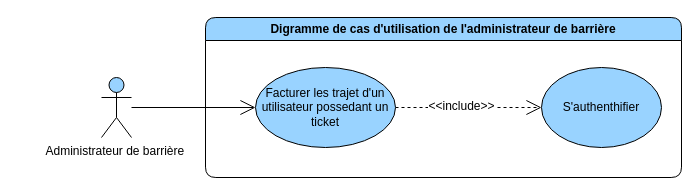
This is page "general" (1 of 2) of diagrams/use-case/administrateur-de-barriere.drawio from devlotfi/peage-pay, a draw.io file, before an edit. Source tidied: cells renumbered, new cells numbered last; positions are measured from the earlier drawing's top-left corner, leaving out a move shared by most shapes. Both pictures are drawn from the tidied source at 100%, with x=0, y=0 at pixel (101, 17).
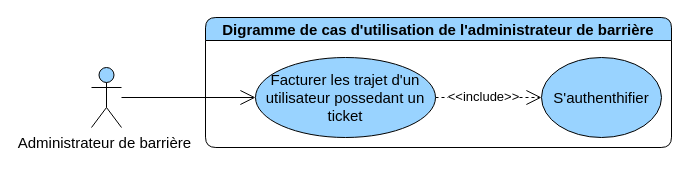
The same page after the edit.

Change to the diagram source:
```diff
@@
 <mxGraphModel>
   <root>
     <mxCell id="0" />
     <mxCell id="1" parent="0" />
-    <mxCell id="2" value="Digramme de cas d'utilisation de l'administrateur de&amp;nbsp;barrière" style="swimlane;whiteSpace=wrap;html=1;rounded=1;fillColor=#99D3FF;" parent="1" vertex="1">
-      <mxGeometry x="104" width="476" height="160" as="geometry" />
+    <mxCell id="2" value="Digramme de cas d'utilisation de l'administrateur de&amp;nbsp;barrière" style="swimlane;whiteSpace=wrap;html=1;rounded=1;fillColor=#99D3FF;fontSize=15;" parent="1" vertex="1">
+      <mxGeometry x="104" width="466" height="130" as="geometry" />
     </mxCell>
-    <mxCell id="3" style="edgeStyle=none;rounded=0;jettySize=auto;html=1;strokeColor=default;align=center;verticalAlign=middle;fontFamily=Helvetica;fontSize=12;fontColor=default;labelBackgroundColor=default;startSize=6;endArrow=open;endFill=0;endSize=13;dashed=1;" parent="2" edge="1" source="5" target="6">
+    <mxCell id="3" style="edgeStyle=none;rounded=0;jettySize=auto;html=1;strokeColor=default;align=center;verticalAlign=middle;fontFamily=Helvetica;fontSize=15;fontColor=default;labelBackgroundColor=default;startSize=6;endArrow=open;endFill=0;endSize=13;dashed=1;" parent="2" edge="1" source="5" target="6">
       <mxGeometry relative="1" as="geometry" />
     </mxCell>
-    <mxCell id="4" value="&amp;lt;&amp;lt;include&amp;gt;&amp;gt;" style="edgeLabel;html=1;align=center;verticalAlign=middle;strokeColor=default;fontFamily=Helvetica;fontSize=12;fontColor=default;labelBackgroundColor=default;fillColor=#99D3FF;" parent="3" vertex="1">
+    <mxCell id="4" value="&amp;lt;&amp;lt;include&amp;gt;&amp;gt;" style="edgeLabel;html=1;align=center;verticalAlign=middle;strokeColor=default;fontFamily=Helvetica;fontSize=13;fontColor=default;labelBackgroundColor=default;fillColor=#99D3FF;" parent="3" vertex="1">
       <mxGeometry x="-0.11" y="2" relative="1" as="geometry" />
     </mxCell>
-    <mxCell id="5" value="Facturer les trajet d'un utilisateur possedant un ticket" style="ellipse;whiteSpace=wrap;html=1;strokeColor=default;align=center;verticalAlign=middle;fontFamily=Helvetica;fontSize=12;fontColor=default;fillColor=#99D3FF;" parent="2" vertex="1">
-      <mxGeometry x="50" y="50" width="140" height="80" as="geometry" />
+    <mxCell id="5" value="Facturer les trajet d'un utilisateur possedant un ticket" style="ellipse;whiteSpace=wrap;html=1;strokeColor=default;align=center;verticalAlign=middle;fontFamily=Helvetica;fontSize=15;fontColor=default;fillColor=#99D3FF;" parent="2" vertex="1">
+      <mxGeometry x="50" y="40" width="180" height="80" as="geometry" />
     </mxCell>
-    <mxCell id="6" value="S'authenthifier" style="ellipse;whiteSpace=wrap;html=1;strokeColor=default;align=center;verticalAlign=middle;fontFamily=Helvetica;fontSize=12;fontColor=default;fillColor=#99D3FF;" parent="2" vertex="1">
-      <mxGeometry x="336" y="50" width="120" height="80" as="geometry" />
+    <mxCell id="6" value="S'authenthifier" style="ellipse;whiteSpace=wrap;html=1;strokeColor=default;align=center;verticalAlign=middle;fontFamily=Helvetica;fontSize=15;fontColor=default;fillColor=#99D3FF;" parent="2" vertex="1">
+      <mxGeometry x="336" y="40" width="120" height="80" as="geometry" />
     </mxCell>
-    <mxCell id="7" style="rounded=0;jettySize=auto;html=1;fontFamily=Helvetica;fontSize=12;fontColor=default;endArrow=open;endFill=0;startSize=6;endSize=13;" parent="1" edge="1" source="8" target="5">
+    <mxCell id="7" style="rounded=0;jettySize=auto;html=1;fontFamily=Helvetica;fontSize=15;fontColor=default;endArrow=open;endFill=0;startSize=6;endSize=13;" parent="1" edge="1" source="8" target="5">
       <mxGeometry relative="1" as="geometry" />
     </mxCell>
-    <mxCell id="8" value="Administrateur&amp;nbsp;de&amp;nbsp;barrière&lt;span style=&quot;font-weight: bold;&quot;&gt;&amp;nbsp;&lt;/span&gt;" style="shape=umlActor;verticalLabelPosition=bottom;verticalAlign=top;html=1;outlineConnect=0;strokeColor=default;align=center;fontFamily=Helvetica;fontSize=12;fontColor=default;fillColor=#99D3FF;" parent="1" vertex="1">
-      <mxGeometry y="60" width="30" height="60" as="geometry" />
+    <mxCell id="8" value="Administrateur&amp;nbsp;de&amp;nbsp;barrière&lt;span style=&quot;font-weight: bold; font-size: 15px;&quot;&gt;&amp;nbsp;&lt;/span&gt;" style="shape=umlActor;verticalLabelPosition=bottom;verticalAlign=top;html=1;outlineConnect=0;strokeColor=default;align=center;fontFamily=Helvetica;fontSize=15;fontColor=default;fillColor=#99D3FF;" parent="1" vertex="1">
+      <mxGeometry x="-10" y="50" width="30" height="60" as="geometry" />
     </mxCell>
   </root>
 </mxGraphModel>
```
